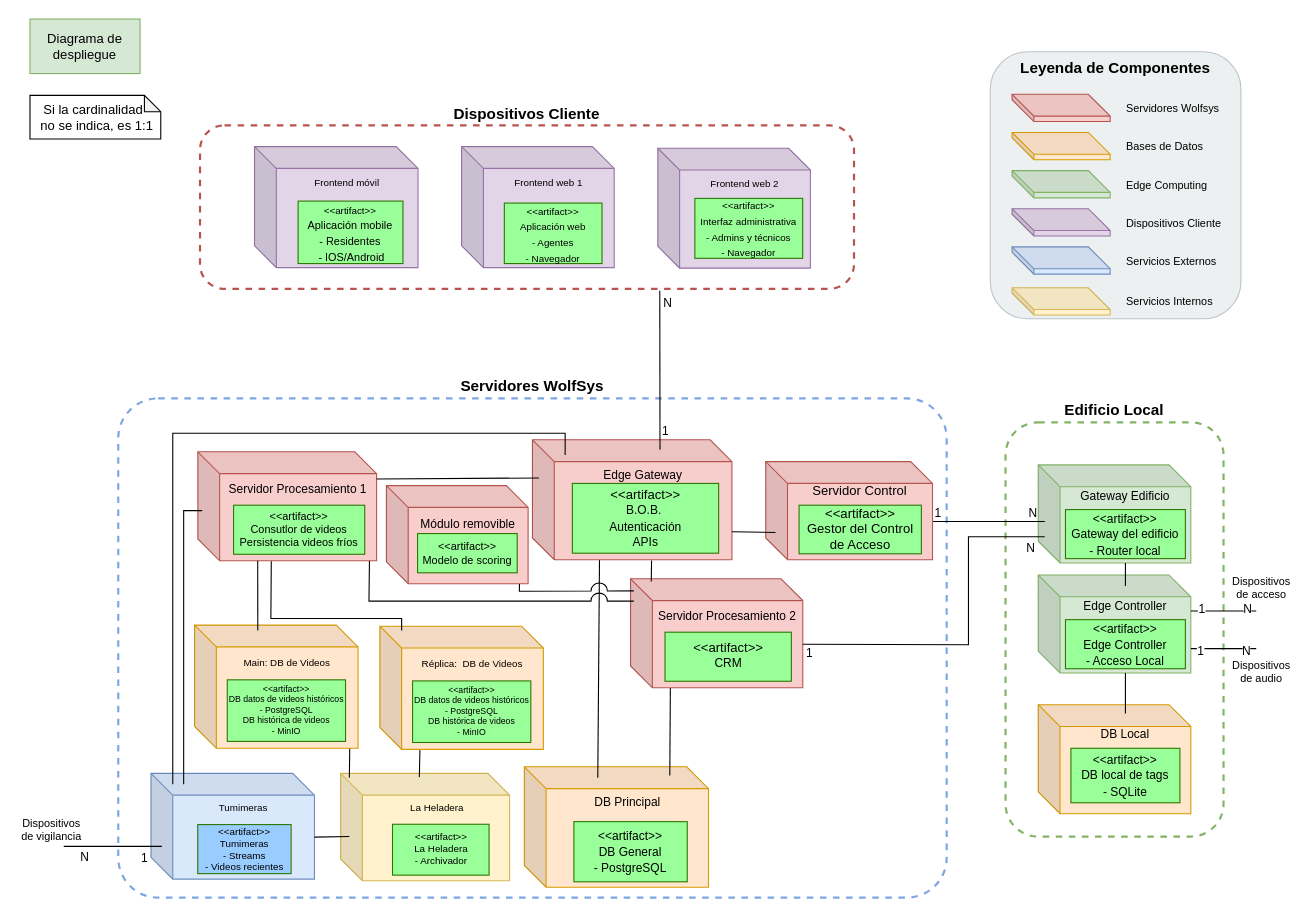
Above: Documentación de la arquitectura/Diagramas/Editables-drawio/Diagrama-de-despliegue - con tumimeras.drawio in LIMoreno04/Caso-de-estudio---WolfSys---Arquitectura (draw.io), before the change. Source tidied: cells renumbered, new cells numbered last; positions are measured from the earlier drawing's top-left corner, leaving out a move shared by most shapes. Both pictures are drawn from the tidied source at 109%, with x=0, y=0 at pixel (19, 19).
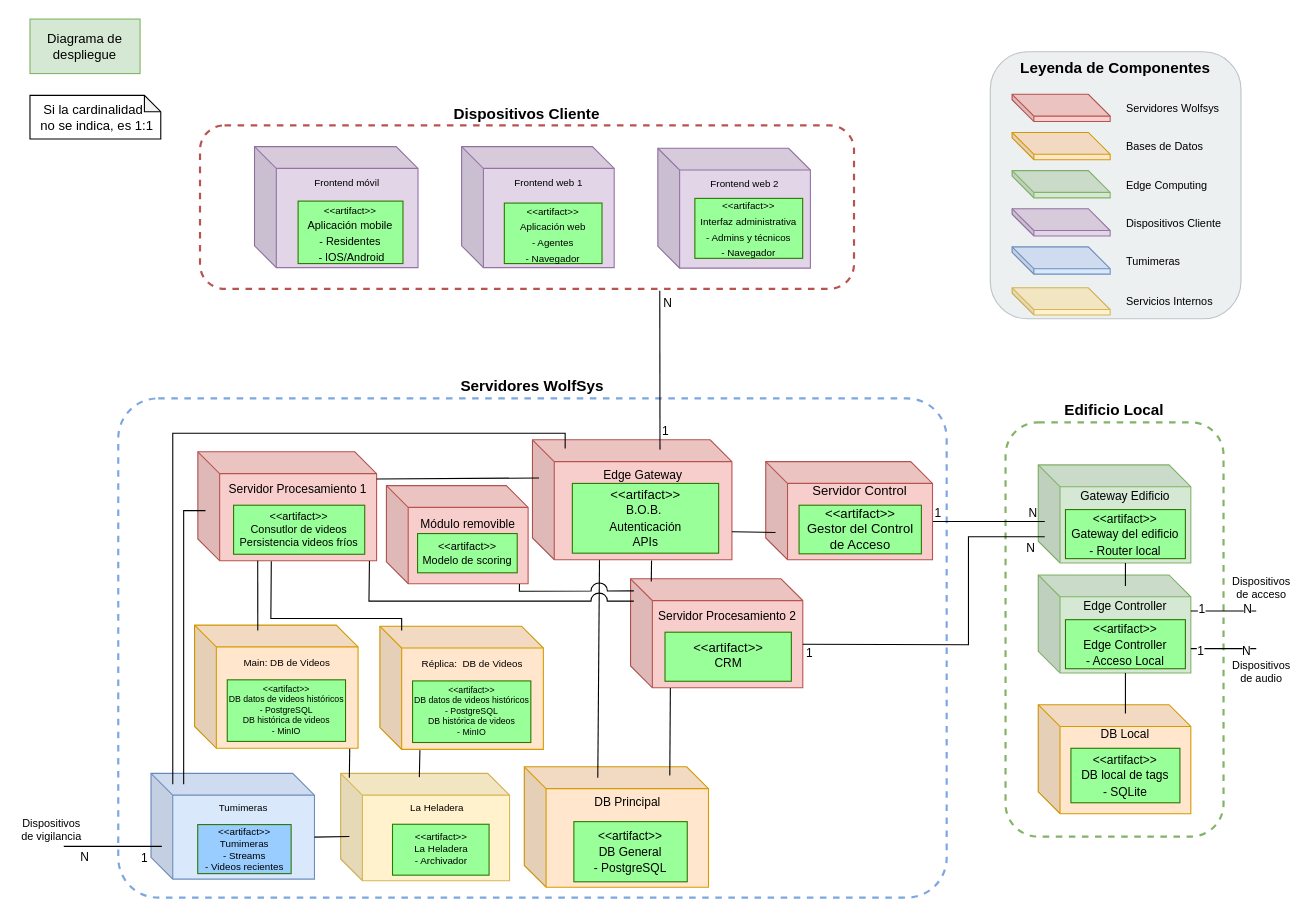
Above is the later version.

Unchanged cells that the change refers to:
```xml
<mxCell id="8" style="group;" parent="1" vertex="1">
  <mxGeometry x="891" y="30" width="230" height="245" as="geometry" />
</mxCell>
```

Change to the diagram source:
```diff
@@
-    <mxCell id="14" value="Servicios Externos" style="shape=cube;whiteSpace=wrap;html=1;boundedLbl=1;backgroundOutline=1;darkOpacity=0.05;darkOpacity2=0.1;fillColor=#dae8fc;strokeColor=#6c8ebf;fontSize=10;labelPosition=right;verticalLabelPosition=middle;align=left;verticalAlign=middle;spacing=15;" parent="8" vertex="1">
+    <mxCell id="14" value="Tumimeras" style="shape=cube;whiteSpace=wrap;html=1;boundedLbl=1;backgroundOutline=1;darkOpacity=0.05;darkOpacity2=0.1;fillColor=#dae8fc;strokeColor=#6c8ebf;fontSize=10;labelPosition=right;verticalLabelPosition=middle;align=left;verticalAlign=middle;spacing=15;" parent="8" vertex="1">
       <mxGeometry x="20" y="179" width="90" height="25" as="geometry" />
     </mxCell>
@@
     <mxCell id="66" style="endArrow=none;html=1;rounded=0;" parent="1" edge="1">
       <mxGeometry relative="1" as="geometry">
         <mxPoint x="151" y="702" as="sourcePoint" />
-        <mxPoint x="168" y="451" as="targetPoint" />
+        <mxPoint x="171" y="451" as="targetPoint" />
         <Array as="points">
           <mxPoint x="151" y="451" />
         </Array>
       </mxGeometry>
     </mxCell>
     <mxCell id="67" style="endArrow=none;html=1;rounded=0;" parent="1" edge="1">
       <mxGeometry relative="1" as="geometry">
         <mxPoint x="141" y="702" as="sourcePoint" />
-        <mxPoint x="501" y="400" as="targetPoint" />
+        <mxPoint x="501" y="394" as="targetPoint" />
         <Array as="points">
           <mxPoint x="141" y="380" />
           <mxPoint x="501" y="380" />
         </Array>
       </mxGeometry>
     </mxCell>
```
